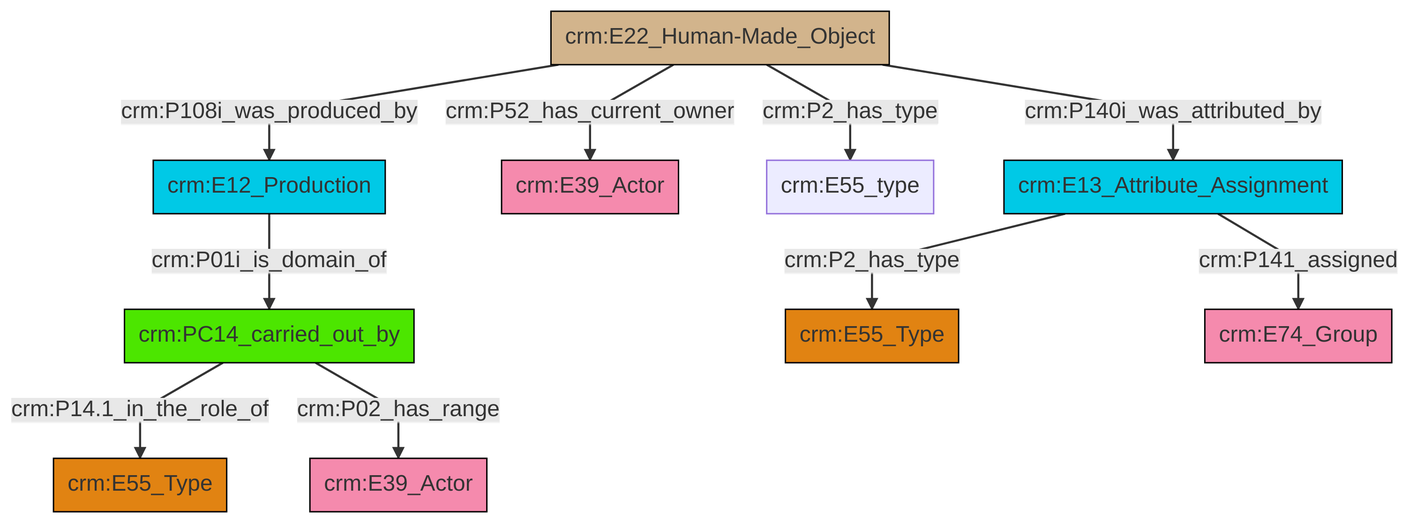
Earlier version of the Mermaid export et/builtWorkCSV/ttl/mmd/png/Built_Work_actor_relations.png (swiss-art-research-net/reference-data-models). Its source is kept beside it as et/builtWorkCSV/ttl/mmd/Built_Work_actor_relations.ttl.mmd.
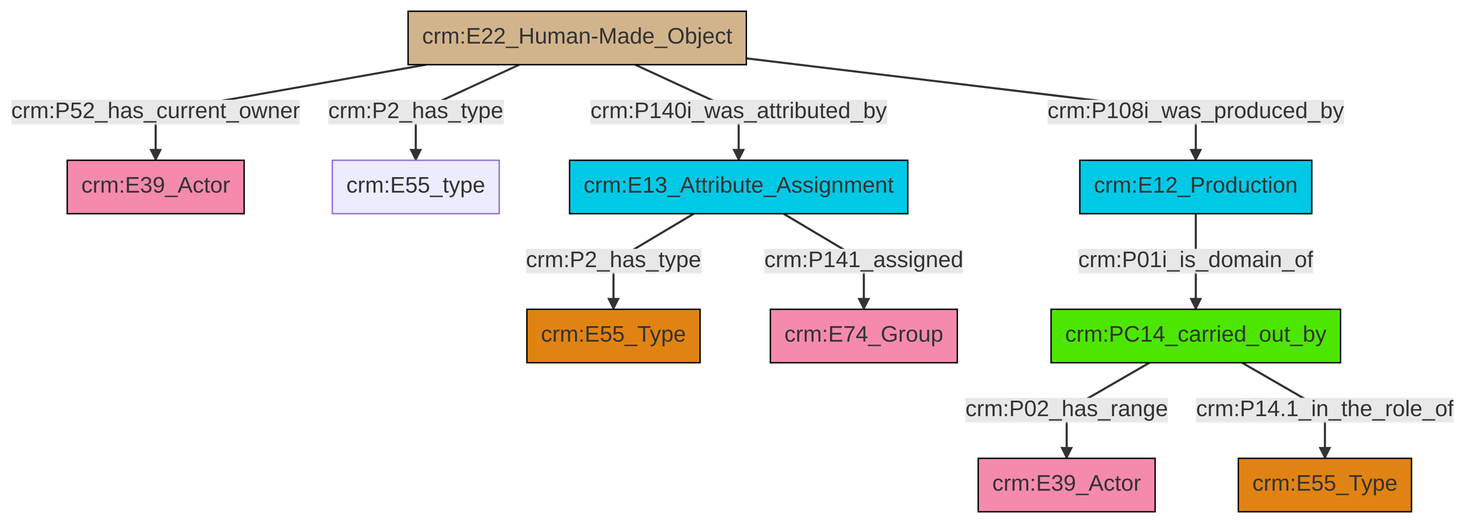
The same diagram one commit later.

Change to the diagram source:
```diff
@@ -13,12 +13,12 @@
 classDef PC_Classes fill:#4ce600, stroke:#000000;
 classDef Multi fill:#cccccc,stroke:#000000;
 
-0["crm:E22_Human-Made_Object"]:::Physical_Thing -->|crm:P140i_was_attributed_by| 1["crm:E13_Attribute_Assignment"]:::Temporal_Entity
-0["crm:E22_Human-Made_Object"]:::Physical_Thing -->|crm:P52_has_current_owner| 2["crm:E39_Actor"]:::Actor
-0["crm:E22_Human-Made_Object"]:::Physical_Thing -->|crm:P2_has_type| 5["crm:E55_type"]:::Default
-3["crm:PC14_carried_out_by"]:::PC_Classes -->|crm:P14.1_in_the_role_of| 8["crm:E55_Type"]:::Type
-10["crm:E12_Production"]:::Temporal_Entity -->|crm:P01i_is_domain_of| 3["crm:PC14_carried_out_by"]:::PC_Classes
-1["crm:E13_Attribute_Assignment"]:::Temporal_Entity -->|crm:P2_has_type| 12["crm:E55_Type"]:::Type
-1["crm:E13_Attribute_Assignment"]:::Temporal_Entity -->|crm:P141_assigned| 16["crm:E74_Group"]:::Actor
-3["crm:PC14_carried_out_by"]:::PC_Classes -->|crm:P02_has_range| 6["crm:E39_Actor"]:::Actor
-0["crm:E22_Human-Made_Object"]:::Physical_Thing -->|crm:P108i_was_produced_by| 10["crm:E12_Production"]:::Temporal_Entity
+0["crm:E22_Human-Made_Object"]:::Physical_Thing -->|crm:P52_has_current_owner| 1["crm:E39_Actor"]:::Actor
+0["crm:E22_Human-Made_Object"]:::Physical_Thing -->|crm:P2_has_type| 2["crm:E55_type"]:::Default
+6["crm:E13_Attribute_Assignment"]:::Temporal_Entity -->|crm:P141_assigned| 7["crm:E74_Group"]:::Actor
+11["crm:E12_Production"]:::Temporal_Entity -->|crm:P01i_is_domain_of| 12["crm:PC14_carried_out_by"]:::PC_Classes
+12["crm:PC14_carried_out_by"]:::PC_Classes -->|crm:P02_has_range| 13["crm:E39_Actor"]:::Actor
+6["crm:E13_Attribute_Assignment"]:::Temporal_Entity -->|crm:P2_has_type| 3["crm:E55_Type"]:::Type
+0["crm:E22_Human-Made_Object"]:::Physical_Thing -->|crm:P108i_was_produced_by| 11["crm:E12_Production"]:::Temporal_Entity
+0["crm:E22_Human-Made_Object"]:::Physical_Thing -->|crm:P140i_was_attributed_by| 6["crm:E13_Attribute_Assignment"]:::Temporal_Entity
+12["crm:PC14_carried_out_by"]:::PC_Classes -->|crm:P14.1_in_the_role_of| 14["crm:E55_Type"]:::Type
```
